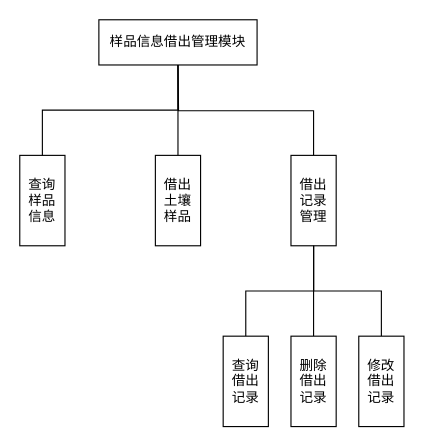
Earlier version of the draw.io diagram page "样品信息借出管理模块" (3 of 16) of DT-1-0326.drawio (TeasusZt/DT-NEW). Source tidied: cells renumbered, new cells numbered last; positions are measured from the earlier drawing's top-left corner, leaving out a move shared by most shapes. Both pictures are drawn from the tidied source at 113%, with x=0, y=0 at pixel (19, 19).
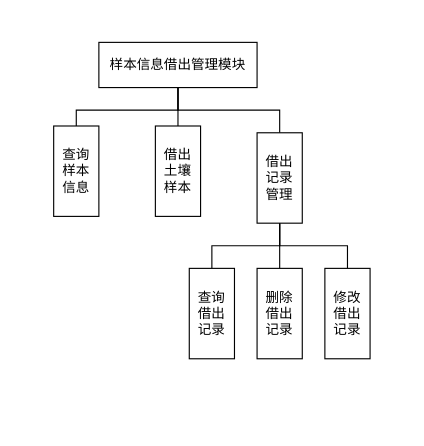
The same page after the edit.

Diff of the diagram source:
```diff
@@
 <mxGraphModel>
   <root>
     <mxCell id="0" />
     <mxCell id="1" parent="0" />
-    <mxCell id="2" value="查询&lt;br&gt;样品&lt;br&gt;信息" style="rounded=0;whiteSpace=wrap;html=1;align=center;" parent="1" vertex="1">
-      <mxGeometry y="120" width="40" height="80" as="geometry" />
+    <mxCell id="2" value="查询&lt;br&gt;样本&lt;br&gt;信息" style="rounded=0;whiteSpace=wrap;html=1;align=center;" parent="1" vertex="1">
+      <mxGeometry x="30" y="94" width="40" height="80" as="geometry" />
     </mxCell>
-    <mxCell id="3" style="edgeStyle=orthogonalEdgeStyle;rounded=0;jettySize=auto;html=1;exitX=0.5;exitY=0;exitDx=0;exitDy=0;endArrow=none;endFill=0;" parent="1" edge="1" source="4">
-      <mxGeometry relative="1" as="geometry">
-        <mxPoint x="140" y="40" as="targetPoint" />
-      </mxGeometry>
-    </mxCell>
-    <mxCell id="4" value="借出&lt;br&gt;土壤&lt;br&gt;样品" style="rounded=0;whiteSpace=wrap;html=1;align=center;" parent="1" vertex="1">
-      <mxGeometry x="120" y="120" width="40" height="80" as="geometry" />
+    <mxCell id="4" value="借出&lt;br&gt;土壤&lt;br&gt;样本" style="rounded=0;whiteSpace=wrap;html=1;align=center;" parent="1" vertex="1">
+      <mxGeometry x="120" y="94" width="40" height="80" as="geometry" />
     </mxCell>
-    <mxCell id="5" style="edgeStyle=orthogonalEdgeStyle;rounded=0;jettySize=auto;html=1;exitX=0.5;exitY=0;exitDx=0;exitDy=0;endArrow=none;endFill=0;" parent="1" edge="1" source="7">
-      <mxGeometry relative="1" as="geometry">
-        <mxPoint x="140" y="40" as="targetPoint" />
-      </mxGeometry>
+    <mxCell id="5" style="edgeStyle=orthogonalEdgeStyle;rounded=0;jettySize=auto;html=1;exitX=0.5;exitY=0;exitDx=0;exitDy=0;endArrow=none;endFill=0;entryX=0.5;entryY=1;entryDx=0;entryDy=0;" parent="1" edge="1" source="7" target="14">
+      <mxGeometry relative="1" as="geometry" />
     </mxCell>
     <mxCell id="6" style="edgeStyle=orthogonalEdgeStyle;rounded=0;jettySize=auto;html=1;exitX=0.5;exitY=1;exitDx=0;exitDy=0;entryX=0.5;entryY=0;entryDx=0;entryDy=0;endArrow=none;endFill=0;" parent="1" edge="1" source="7" target="10">
       <mxGeometry relative="1" as="geometry" />
     </mxCell>
+    <mxCell id="15" style="edgeStyle=orthogonalEdgeStyle;rounded=0;jettySize=auto;html=1;exitX=0.5;exitY=1;exitDx=0;exitDy=0;endArrow=none;endFill=0;" parent="1" edge="1" source="7" target="9">
+      <mxGeometry relative="1" as="geometry" />
+    </mxCell>
     <mxCell id="7" value="借出&lt;br&gt;记录&lt;br&gt;管理" style="rounded=0;whiteSpace=wrap;html=1;align=center;" parent="1" vertex="1">
-      <mxGeometry x="240" y="120" width="40" height="80" as="geometry" />
+      <mxGeometry x="210" y="100" width="40" height="80" as="geometry" />
     </mxCell>
-    <mxCell id="8" style="edgeStyle=orthogonalEdgeStyle;rounded=0;jettySize=auto;html=1;exitX=0.5;exitY=0;exitDx=0;exitDy=0;endArrow=none;endFill=0;" parent="1" edge="1" source="9">
-      <mxGeometry relative="1" as="geometry">
-        <mxPoint x="260" y="200" as="targetPoint" />
-      </mxGeometry>
-    </mxCell>
     <mxCell id="9" value="删除&lt;br&gt;借出&lt;br&gt;记录" style="rounded=0;whiteSpace=wrap;html=1;align=center;" parent="1" vertex="1">
-      <mxGeometry x="240" y="280" width="40" height="80" as="geometry" />
+      <mxGeometry x="210" y="220" width="40" height="80" as="geometry" />
     </mxCell>
     <mxCell id="10" value="查询&lt;br&gt;借出&lt;br&gt;记录" style="rounded=0;whiteSpace=wrap;html=1;align=center;" parent="1" vertex="1">
-      <mxGeometry x="180" y="280" width="40" height="80" as="geometry" />
+      <mxGeometry x="150" y="220" width="40" height="80" as="geometry" />
     </mxCell>
-    <mxCell id="11" style="edgeStyle=orthogonalEdgeStyle;rounded=0;jettySize=auto;html=1;exitX=0.5;exitY=0;exitDx=0;exitDy=0;entryX=0.5;entryY=1;entryDx=0;entryDy=0;endArrow=none;endFill=0;" parent="1" edge="1" source="12" target="7">
+    <mxCell id="11" style="edgeStyle=orthogonalEdgeStyle;rounded=0;jettySize=auto;html=1;exitX=0.5;exitY=0;exitDx=0;exitDy=0;endArrow=none;endFill=0;entryX=0.5;entryY=1;entryDx=0;entryDy=0;" parent="1" edge="1" source="12" target="7">
       <mxGeometry relative="1" as="geometry" />
     </mxCell>
     <mxCell id="12" value="修改&lt;br&gt;借出&lt;br&gt;记录" style="rounded=0;whiteSpace=wrap;html=1;align=center;" parent="1" vertex="1">
-      <mxGeometry x="300" y="280" width="40" height="80" as="geometry" />
+      <mxGeometry x="270" y="220" width="40" height="80" as="geometry" />
     </mxCell>
+    <mxCell id="16" style="edgeStyle=orthogonalEdgeStyle;rounded=0;jettySize=auto;html=1;exitX=0.5;exitY=1;exitDx=0;exitDy=0;entryX=0.5;entryY=0;entryDx=0;entryDy=0;endArrow=none;endFill=0;" parent="1" edge="1" source="14" target="4">
+      <mxGeometry relative="1" as="geometry" />
+    </mxCell>
     <mxCell id="13" style="edgeStyle=orthogonalEdgeStyle;rounded=0;jettySize=auto;html=1;exitX=0.5;exitY=1;exitDx=0;exitDy=0;entryX=0.5;entryY=0;entryDx=0;entryDy=0;endArrow=none;endFill=0;" parent="1" edge="1" source="14" target="2">
       <mxGeometry relative="1" as="geometry" />
     </mxCell>
-    <mxCell id="14" value="样品信息借出管理模块" style="rounded=0;whiteSpace=wrap;html=1;align=center;" parent="1" vertex="1">
-      <mxGeometry x="70" width="140" height="40" as="geometry" />
+    <mxCell id="14" value="样本信息借出管理模块" style="rounded=0;whiteSpace=wrap;html=1;align=center;" parent="1" vertex="1">
+      <mxGeometry x="70" y="20" width="140" height="40" as="geometry" />
     </mxCell>
   </root>
 </mxGraphModel>
```
